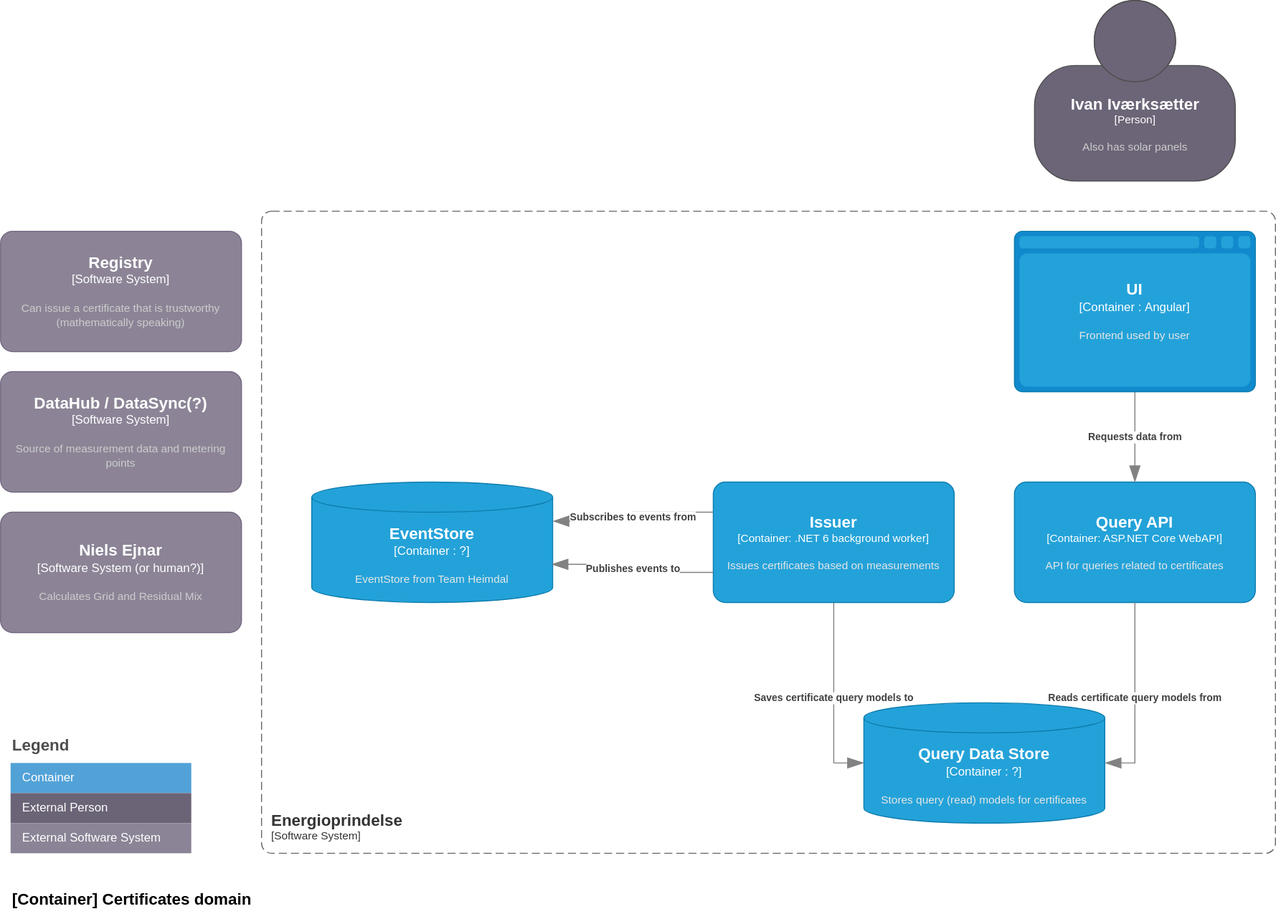
The draw.io diagram doc/architecture/diagrams/certificates.container.drawio.svg in Energinet-DataHub/energy-origin, before a commit. Source tidied: cells renumbered, new cells last; positions are measured from the earlier drawing's top-left corner, leaving out a move shared by most shapes. Its diagram source:
```xml
<mxGraphModel>
  <root>
    <mxCell id="0" />
    <mxCell id="1" parent="0" />
    <object id="2" label="&lt;font style=&quot;font-size: 16px&quot;&gt;&lt;b&gt;&lt;div style=&quot;text-align: left&quot;&gt;%c4Name%&lt;/div&gt;&lt;/b&gt;&lt;/font&gt;&lt;div style=&quot;text-align: left&quot;&gt;[%c4Application%]&lt;/div&gt;" c4Application="Software System" c4Name="Energioprindelse" c4Type="SystemScopeBoundary" placeholders="1">
      <mxCell style="rounded=1;fontSize=11;whiteSpace=wrap;html=1;dashed=1;arcSize=20;fillColor=none;strokeColor=#666666;fontColor=#333333;labelBackgroundColor=none;align=left;verticalAlign=bottom;labelBorderColor=none;spacingTop=0;spacing=10;dashPattern=8 4;perimeter=rectanglePerimeter;noLabel=0;labelPadding=0;absoluteArcSize=1;" parent="1" vertex="1">
        <mxGeometry x="260" y="210" width="1010" height="640" as="geometry" />
      </mxCell>
    </object>
    <object id="3" label="&lt;font style=&quot;font-size: 16px&quot;&gt;&lt;b&gt;%c4Type%&lt;/font&gt;&lt;div&gt;[%c4Container%:&amp;nbsp;%c4Technology%]&lt;/div&gt;&lt;br&gt;&lt;div&gt;&lt;font style=&quot;font-size: 11px&quot;&gt;&lt;font color=&quot;#E6E6E6&quot;&gt;%c4Description%&lt;/font&gt;&lt;/div&gt;" c4Container="Container " c4Description="EventStore from Team Heimdal " c4Technology="?" c4Type="EventStore" placeholders="1">
      <mxCell style="shape=cylinder3;size=15;whiteSpace=wrap;html=1;boundedLbl=1;rounded=0;labelBackgroundColor=none;fillColor=#23A2D9;fontSize=12;fontColor=#ffffff;align=center;strokeColor=#0E7DAD;points=[[0.5,0,0],[1,0.25,0],[1,0.5,0],[1,0.75,0],[0.5,1,0],[0,0.75,0],[0,0.5,0],[0,0.25,0]];" parent="1" vertex="1">
        <mxGeometry x="310" y="480" width="240" height="120" as="geometry" />
      </mxCell>
    </object>
    <object id="4" label="&lt;font style=&quot;font-size: 16px&quot;&gt;&lt;b&gt;%c4Name%&lt;/b&gt;&lt;/font&gt;&lt;div&gt;[%c4Type%: %c4Technology%]&lt;/div&gt;&lt;br&gt;&lt;div&gt;&lt;font style=&quot;font-size: 11px&quot;&gt;&lt;font color=&quot;#E6E6E6&quot;&gt;%c4Description%&lt;/font&gt;&lt;/div&gt;" c4Description="API for queries related to certificates" c4Name="Query API" c4Technology="ASP.NET Core WebAPI" c4Type="Container" placeholders="1">
      <mxCell style="rounded=1;whiteSpace=wrap;html=1;fontSize=11;labelBackgroundColor=none;fillColor=#23A2D9;fontColor=#ffffff;align=center;arcSize=10;strokeColor=#0E7DAD;points=[[0.25,0,0],[0.5,0,0],[0.75,0,0],[1,0.25,0],[1,0.5,0],[1,0.75,0],[0.75,1,0],[0.5,1,0],[0.25,1,0],[0,0.75,0],[0,0.5,0],[0,0.25,0]];" parent="1" vertex="1">
        <mxGeometry x="1010" y="480" width="240" height="120" as="geometry" />
      </mxCell>
    </object>
    <object id="5" label="&lt;font style=&quot;font-size: 16px&quot;&gt;&lt;b&gt;%c4Name%&lt;/b&gt;&lt;/font&gt;&lt;div&gt;[%c4Type%: %c4Technology%]&lt;/div&gt;&lt;br&gt;&lt;div&gt;&lt;font style=&quot;font-size: 11px&quot;&gt;&lt;font color=&quot;#E6E6E6&quot;&gt;%c4Description%&lt;/font&gt;&lt;/div&gt;" c4Description="Issues certificates based on measurements" c4Name="Issuer" c4Technology=".NET 6 background worker" c4Type="Container" placeholders="1">
      <mxCell style="rounded=1;whiteSpace=wrap;html=1;fontSize=11;labelBackgroundColor=none;fillColor=#23A2D9;fontColor=#ffffff;align=center;arcSize=10;strokeColor=#0E7DAD;points=[[0.25,0,0],[0.5,0,0],[0.75,0,0],[1,0.25,0],[1,0.5,0],[1,0.75,0],[0.75,1,0],[0.5,1,0],[0.25,1,0],[0,0.75,0],[0,0.5,0],[0,0.25,0]];" parent="1" vertex="1">
        <mxGeometry x="710" y="480" width="240" height="120" as="geometry" />
      </mxCell>
    </object>
    <object id="6" label="&lt;font style=&quot;font-size: 16px&quot;&gt;&lt;b&gt;%c4Type%&lt;/font&gt;&lt;div&gt;[%c4Container%:&amp;nbsp;%c4Technology%]&lt;/div&gt;&lt;br&gt;&lt;div&gt;&lt;font style=&quot;font-size: 11px&quot;&gt;&lt;font color=&quot;#E6E6E6&quot;&gt;%c4Description%&lt;/font&gt;&lt;/div&gt;" c4Container="Container " c4Description="Stores query (read) models for certificates" c4Technology="?" c4Type="Query Data Store" placeholders="1">
      <mxCell style="shape=cylinder3;size=15;whiteSpace=wrap;html=1;boundedLbl=1;rounded=0;labelBackgroundColor=none;fillColor=#23A2D9;fontSize=12;fontColor=#ffffff;align=center;strokeColor=#0E7DAD;points=[[0.5,0,0],[1,0.25,0],[1,0.5,0],[1,0.75,0],[0.5,1,0],[0,0.75,0],[0,0.5,0],[0,0.25,0]];" parent="1" vertex="1">
        <mxGeometry x="860" y="700" width="240" height="120" as="geometry" />
      </mxCell>
    </object>
    <object id="7" label="&lt;div style=&quot;text-align: left&quot;&gt;&lt;div style=&quot;text-align: center&quot;&gt;&lt;b&gt;%c4Description%&lt;/b&gt;&lt;/div&gt;" c4Description="Subscribes to events from" c4Type="Relationship" placeholders="1">
      <mxCell style="endArrow=blockThin;html=1;fontSize=10;fontColor=#404040;strokeWidth=1;endFill=1;strokeColor=#828282;elbow=vertical;endSize=14;startSize=14;jumpStyle=arc;jumpSize=16;rounded=0;edgeStyle=orthogonalEdgeStyle;exitX=0;exitY=0.25;exitDx=0;exitDy=0;exitPerimeter=0;entryX=1;entryY=0.325;entryDx=0;entryDy=0;entryPerimeter=0;" parent="1" edge="1" source="5" target="3">
        <mxGeometry relative="1" as="geometry" />
      </mxCell>
    </object>
    <object id="8" label="&lt;div style=&quot;text-align: left&quot;&gt;&lt;div style=&quot;text-align: center&quot;&gt;&lt;b&gt;%c4Description%&lt;/b&gt;&lt;/div&gt;" c4Description="Publishes events to" c4Type="Relationship" placeholders="1">
      <mxCell style="endArrow=blockThin;html=1;fontSize=10;fontColor=#404040;strokeWidth=1;endFill=1;strokeColor=#828282;elbow=vertical;endSize=14;startSize=14;jumpStyle=arc;jumpSize=16;rounded=0;edgeStyle=orthogonalEdgeStyle;entryX=0.996;entryY=0.683;entryDx=0;entryDy=0;entryPerimeter=0;exitX=0;exitY=0.75;exitDx=0;exitDy=0;exitPerimeter=0;" parent="1" edge="1" source="5" target="3">
        <mxGeometry relative="1" as="geometry" />
      </mxCell>
    </object>
    <object id="9" label="&lt;div style=&quot;text-align: left&quot;&gt;&lt;div style=&quot;text-align: center&quot;&gt;&lt;b&gt;%c4Description%&lt;/b&gt;&lt;/div&gt;" c4Description="Saves certificate query models to" c4Type="Relationship" placeholders="1">
      <mxCell style="endArrow=blockThin;html=1;fontSize=10;fontColor=#404040;strokeWidth=1;endFill=1;strokeColor=#828282;elbow=vertical;endSize=14;startSize=14;jumpStyle=arc;jumpSize=16;rounded=0;edgeStyle=orthogonalEdgeStyle;exitX=0.5;exitY=1;exitDx=0;exitDy=0;exitPerimeter=0;entryX=0;entryY=0.5;entryDx=0;entryDy=0;entryPerimeter=0;" parent="1" edge="1" source="5" target="6">
        <mxGeometry relative="1" as="geometry" />
      </mxCell>
    </object>
    <object id="10" label="&lt;div style=&quot;text-align: left&quot;&gt;&lt;div style=&quot;text-align: center&quot;&gt;&lt;b&gt;%c4Description%&lt;/b&gt;&lt;/div&gt;" c4Description="Reads certificate query models from" c4Type="Relationship" placeholders="1">
      <mxCell style="endArrow=blockThin;html=1;fontSize=10;fontColor=#404040;strokeWidth=1;endFill=1;strokeColor=#828282;elbow=vertical;endSize=14;startSize=14;jumpStyle=arc;jumpSize=16;rounded=0;edgeStyle=orthogonalEdgeStyle;exitX=0.5;exitY=1;exitDx=0;exitDy=0;exitPerimeter=0;entryX=1;entryY=0.5;entryDx=0;entryDy=0;entryPerimeter=0;" parent="1" edge="1" source="4" target="6">
        <mxGeometry relative="1" as="geometry" />
      </mxCell>
    </object>
    <object id="11" label="&lt;div style=&quot;text-align: left&quot;&gt;&lt;div style=&quot;text-align: center&quot;&gt;&lt;b&gt;%c4Description%&lt;/b&gt;&lt;/div&gt;" c4Description="Requests data from" c4Type="Relationship" placeholders="1">
      <mxCell style="endArrow=blockThin;html=1;fontSize=10;fontColor=#404040;strokeWidth=1;endFill=1;strokeColor=#828282;elbow=vertical;endSize=14;startSize=14;jumpStyle=arc;jumpSize=16;rounded=0;edgeStyle=orthogonalEdgeStyle;exitX=0.5;exitY=1;exitDx=0;exitDy=0;exitPerimeter=0;" parent="1" edge="1" source="14" target="4">
        <mxGeometry relative="1" as="geometry" />
      </mxCell>
    </object>
    <object id="12" label="&lt;font style=&quot;font-size: 16px&quot;&gt;&lt;b&gt;%c4Name%&lt;/b&gt;&lt;/font&gt;&lt;div&gt;[%c4Type%]&lt;/div&gt;&lt;br&gt;&lt;div&gt;&lt;font style=&quot;font-size: 11px&quot;&gt;&lt;font color=&quot;#cccccc&quot;&gt;%c4Description%&lt;/font&gt;&lt;/div&gt;" c4Description="Source of measurement data and metering points" c4Name="DataHub / DataSync(?)" c4Type="Software System" placeholders="1">
      <mxCell style="rounded=1;whiteSpace=wrap;html=1;labelBackgroundColor=none;fillColor=#8C8496;fontColor=#ffffff;align=center;arcSize=10;strokeColor=#736782;" parent="1" vertex="1">
        <mxGeometry y="370" width="240" height="120" as="geometry" />
      </mxCell>
    </object>
    <object id="13" label="&lt;font style=&quot;font-size: 16px&quot;&gt;&lt;b&gt;%c4Name%&lt;/b&gt;&lt;/font&gt;&lt;div&gt;[%c4Type%]&lt;/div&gt;&lt;br&gt;&lt;div&gt;&lt;font style=&quot;font-size: 11px&quot;&gt;&lt;font color=&quot;#cccccc&quot;&gt;%c4Description%&lt;/font&gt;&lt;/div&gt;" c4Description="Also has solar panels" c4Name="Ivan Iværksætter" c4Type="Person" placeholders="1">
      <mxCell style="html=1;fontSize=11;dashed=0;whitespace=wrap;fillColor=#6C6477;strokeColor=#4D4D4D;fontColor=#ffffff;shape=mxgraph.c4.person2;align=center;" parent="1" vertex="1">
        <mxGeometry x="1030" width="200" height="180" as="geometry" />
      </mxCell>
    </object>
    <object id="14" label="&lt;font style=&quot;font-size: 16px&quot;&gt;&lt;b&gt;%c4Type%&lt;/font&gt;&lt;div&gt;[%c4Container%:&amp;nbsp;%c4Technology%]&lt;/div&gt;&lt;br&gt;&lt;div&gt;&lt;font style=&quot;font-size: 11px&quot;&gt;&lt;font color=&quot;#E6E6E6&quot;&gt;%c4Description%&lt;/font&gt;&lt;/div&gt;" c4Container="Container " c4Description="Frontend used by user" c4Technology="Angular" c4Type="UI" placeholders="1">
      <mxCell style="shape=mxgraph.c4.webBrowserContainer;whiteSpace=wrap;html=1;boundedLbl=1;rounded=0;labelBackgroundColor=none;fillColor=#118ACD;fontSize=12;fontColor=#ffffff;align=center;strokeColor=#0E7DAD;points=[[0.5,0,0],[1,0.25,0],[1,0.5,0],[1,0.75,0],[0.5,1,0],[0,0.75,0],[0,0.5,0],[0,0.25,0]];" parent="1" vertex="1">
        <mxGeometry x="1010" y="230" width="240" height="160" as="geometry" />
      </mxCell>
    </object>
    <object id="15" label="&lt;font style=&quot;font-size: 16px&quot;&gt;&lt;b&gt;%c4Name%&lt;/b&gt;&lt;/font&gt;&lt;div&gt;[%c4Type%]&lt;/div&gt;&lt;br&gt;&lt;div&gt;&lt;font style=&quot;font-size: 11px&quot;&gt;&lt;font color=&quot;#cccccc&quot;&gt;%c4Description%&lt;/font&gt;&lt;/div&gt;" c4Description="Calculates Grid and Residual Mix" c4Name="Niels Ejnar" c4Type="Software System (or human?)" placeholders="1">
      <mxCell style="rounded=1;whiteSpace=wrap;html=1;labelBackgroundColor=none;fillColor=#8C8496;fontColor=#ffffff;align=center;arcSize=10;strokeColor=#736782;" parent="1" vertex="1">
        <mxGeometry y="510" width="240" height="120" as="geometry" />
      </mxCell>
    </object>
    <object id="16" label="&lt;font style=&quot;font-size: 16px&quot;&gt;&lt;b&gt;%c4Name%&lt;/b&gt;&lt;/font&gt;&lt;div&gt;[%c4Type%]&lt;/div&gt;&lt;br&gt;&lt;div&gt;&lt;font style=&quot;font-size: 11px&quot;&gt;&lt;font color=&quot;#cccccc&quot;&gt;%c4Description%&lt;/font&gt;&lt;/div&gt;" c4Description="Can issue a certificate that is trustworthy (mathematically speaking)" c4Name="Registry" c4Type="Software System" placeholders="1">
      <mxCell style="rounded=1;whiteSpace=wrap;html=1;labelBackgroundColor=none;fillColor=#8C8496;fontColor=#ffffff;align=center;arcSize=10;strokeColor=#736782;" parent="1" vertex="1">
        <mxGeometry y="230" width="240" height="120" as="geometry" />
      </mxCell>
    </object>
    <mxCell id="17" value="Legend" style="align=left;fontSize=16;fontStyle=1;strokeColor=none;fillColor=none;fontColor=#4D4D4D;spacingTop=-8;" parent="1" vertex="1">
      <mxGeometry x="10" y="730" width="180" height="30" as="geometry" />
    </mxCell>
    <mxCell id="18" style="shape=table;html=1;whiteSpace=wrap;startSize=0;fillColor=none;align=left;spacingLeft=10;strokeColor=none;rounded=1;arcSize=11;fontColor=#FFFFFF;" parent="1" vertex="1">
      <mxGeometry x="10" y="760" width="180" height="90" as="geometry" />
    </mxCell>
    <mxCell id="19" value="Container" style="shape=partialRectangle;html=1;whiteSpace=wrap;fillColor=#52A2D8;top=0;left=0;bottom=0;right=0;overflow=hidden;align=left;spacingLeft=10;fontColor=#FFFFFF;" parent="18" vertex="1">
      <mxGeometry width="180" height="30" as="geometry" />
    </mxCell>
    <mxCell id="20" value="External Person" style="shape=partialRectangle;html=1;whiteSpace=wrap;fillColor=#6B6477;top=0;left=0;bottom=0;right=0;overflow=hidden;align=left;spacingLeft=10;fontColor=#FFFFFF;" parent="18" vertex="1">
      <mxGeometry y="30" width="180" height="30" as="geometry" />
    </mxCell>
    <mxCell id="21" value="External Software System" style="shape=partialRectangle;html=1;whiteSpace=wrap;fillColor=#8B8496;top=0;left=0;bottom=0;right=0;overflow=hidden;align=left;spacingLeft=10;fontColor=#FFFFFF;" parent="18" vertex="1">
      <mxGeometry y="60" width="180" height="30" as="geometry" />
    </mxCell>
    <object id="22" label="&lt;font style=&quot;font-size: 16px&quot;&gt;&lt;b&gt;&lt;div style=&quot;text-align: left&quot;&gt;%c4Name%&lt;/div&gt;&lt;/b&gt;&lt;/font&gt;&lt;div style=&quot;text-align: left&quot;&gt;%c4Description%&lt;/div&gt;" c4Description="" c4Name="[Container] Certificates domain" c4Type="ContainerDiagramTitle" placeholders="1">
      <mxCell style="text;html=1;strokeColor=none;fillColor=none;align=left;verticalAlign=top;whiteSpace=wrap;rounded=0;" parent="1" vertex="1">
        <mxGeometry x="10" y="880" width="260" height="40" as="geometry" />
      </mxCell>
    </object>
  </root>
</mxGraphModel>
```
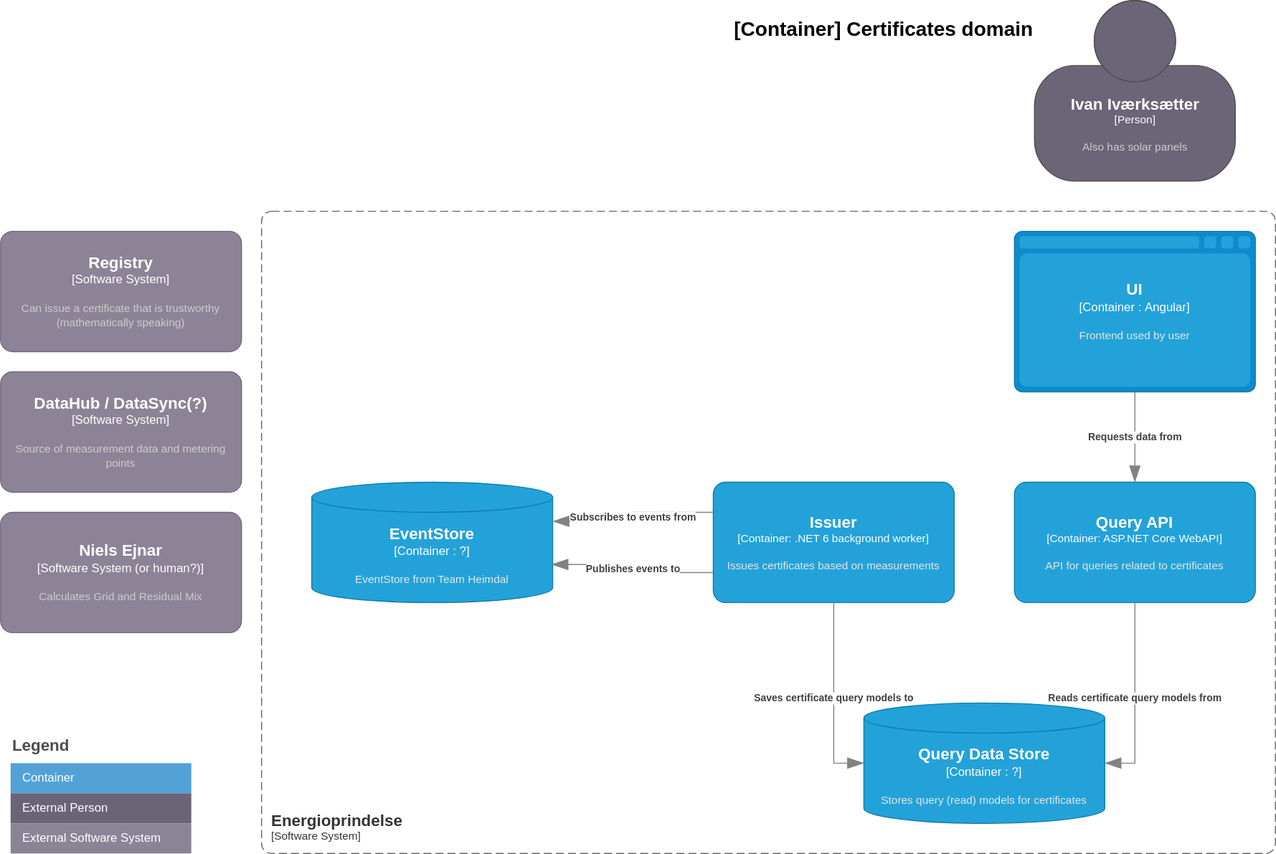
The same diagram one commit later.

Diff of the diagram source:
```diff
@@ -92,9 +92,9 @@
     <mxCell id="21" value="External Software System" style="shape=partialRectangle;html=1;whiteSpace=wrap;fillColor=#8B8496;top=0;left=0;bottom=0;right=0;overflow=hidden;align=left;spacingLeft=10;fontColor=#FFFFFF;" parent="18" vertex="1">
       <mxGeometry y="60" width="180" height="30" as="geometry" />
     </mxCell>
-    <object id="22" label="&lt;font style=&quot;font-size: 16px&quot;&gt;&lt;b&gt;&lt;div style=&quot;text-align: left&quot;&gt;%c4Name%&lt;/div&gt;&lt;/b&gt;&lt;/font&gt;&lt;div style=&quot;text-align: left&quot;&gt;%c4Description%&lt;/div&gt;" c4Description="" c4Name="[Container] Certificates domain" c4Type="ContainerDiagramTitle" placeholders="1">
-      <mxCell style="text;html=1;strokeColor=none;fillColor=none;align=left;verticalAlign=top;whiteSpace=wrap;rounded=0;" parent="1" vertex="1">
-        <mxGeometry x="10" y="880" width="260" height="40" as="geometry" />
+    <object id="22" label="&lt;font style=&quot;font-size: 20px;&quot;&gt;&lt;b style=&quot;font-size: 20px;&quot;&gt;&lt;div style=&quot;font-size: 20px;&quot;&gt;%c4Name%&lt;/div&gt;&lt;/b&gt;&lt;/font&gt;&lt;div style=&quot;font-size: 20px;&quot;&gt;%c4Description%&lt;/div&gt;" c4Description="" c4Name="[Container] Certificates domain" c4Type="ContainerDiagramTitle" placeholders="1">
+      <mxCell style="text;html=1;strokeColor=none;fillColor=none;align=center;verticalAlign=top;whiteSpace=wrap;rounded=0;fontSize=20;" parent="1" vertex="1">
+        <mxGeometry x="680" y="10" width="400" height="40" as="geometry" />
       </mxCell>
     </object>
   </root>
```
